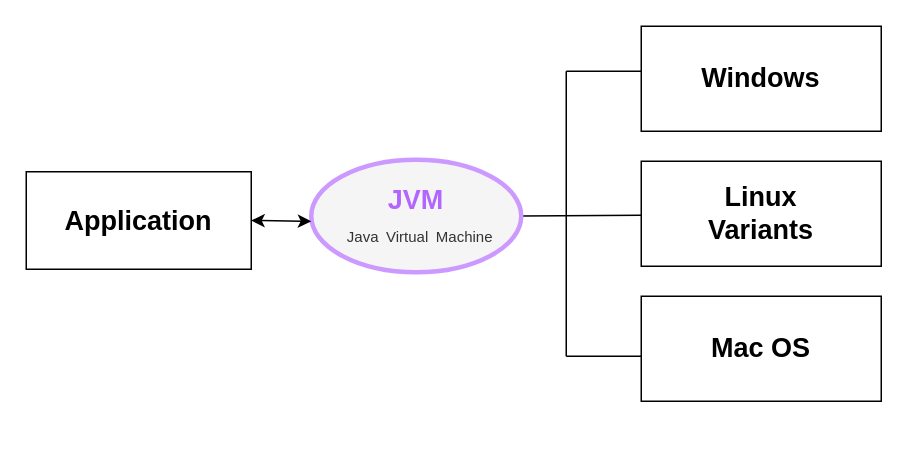
ryehwa/coding_image keeps this draw.io diagram as 제목 없는 다이어그램.drawio. Above is the earlier version. Source tidied: cells renumbered, new cells numbered last; positions are measured from the earlier drawing's top-left corner, leaving out a move shared by most shapes. Both pictures are drawn from the tidied source at 150%, with x=0, y=0 at pixel (26, 26).
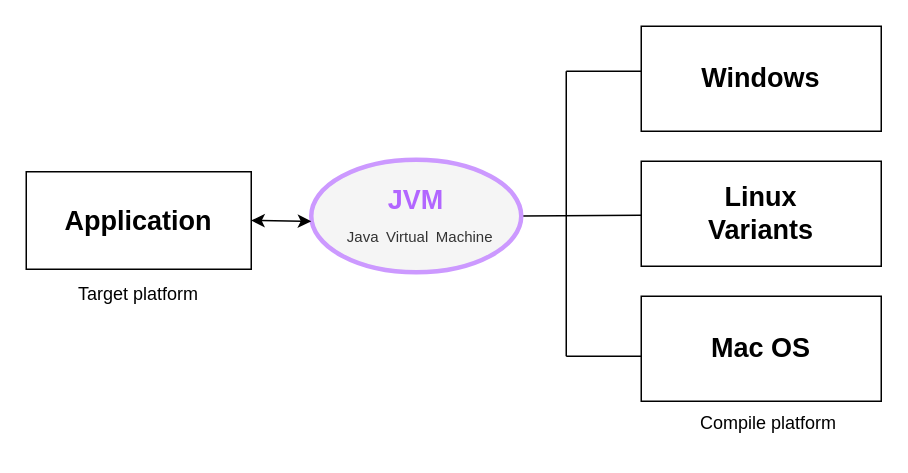
Above is the later version.

Change to the diagram source:
```diff
@@
 <mxGraphModel>
   <root>
     <mxCell id="0" />
     <mxCell id="1" parent="0" />
     <mxCell id="2" value="&lt;font style=&quot;font-size: 18px;&quot;&gt;&lt;b&gt;Windows&lt;/b&gt;&lt;/font&gt;" style="rounded=0;whiteSpace=wrap;html=1;" parent="1" vertex="1">
       <mxGeometry x="410" width="160" height="70" as="geometry" />
     </mxCell>
     <mxCell id="3" value="&lt;font style=&quot;font-size: 18px;&quot;&gt;&lt;b&gt;Linux&lt;br&gt;Variants&lt;/b&gt;&lt;/font&gt;" style="rounded=0;whiteSpace=wrap;html=1;" parent="1" vertex="1">
       <mxGeometry x="410" y="90" width="160" height="70" as="geometry" />
     </mxCell>
     <mxCell id="4" value="&lt;span style=&quot;font-size: 18px;&quot;&gt;&lt;b&gt;Mac OS&lt;/b&gt;&lt;/span&gt;" style="rounded=0;whiteSpace=wrap;html=1;" parent="1" vertex="1">
       <mxGeometry x="410" y="180" width="160" height="70" as="geometry" />
     </mxCell>
     <mxCell id="5" style="endArrow=none;html=1;rounded=0;fontSize=18;" parent="1" edge="1">
       <mxGeometry relative="1" as="geometry">
         <mxPoint x="360" y="220" as="sourcePoint" />
         <mxPoint x="360" y="30" as="targetPoint" />
       </mxGeometry>
     </mxCell>
     <mxCell id="6" style="endArrow=none;html=1;rounded=0;fontSize=18;" parent="1" edge="1">
       <mxGeometry relative="1" as="geometry">
         <mxPoint x="360" y="220" as="sourcePoint" />
         <mxPoint x="410" y="220" as="targetPoint" />
       </mxGeometry>
     </mxCell>
     <mxCell id="7" style="endArrow=none;html=1;rounded=0;fontSize=18;" parent="1" edge="1">
       <mxGeometry relative="1" as="geometry">
         <mxPoint x="360" y="30" as="sourcePoint" />
         <mxPoint x="410" y="30" as="targetPoint" />
       </mxGeometry>
     </mxCell>
     <mxCell id="8" style="endArrow=none;html=1;rounded=0;fontSize=18;exitX=1;exitY=0.5;exitDx=0;exitDy=0;" parent="1" edge="1" source="9">
       <mxGeometry relative="1" as="geometry">
         <mxPoint x="410" y="126" as="targetPoint" />
       </mxGeometry>
     </mxCell>
     <mxCell id="9" value="&lt;font color=&quot;#b266ff&quot;&gt;&lt;b&gt;JVM&lt;/b&gt;&lt;br&gt;&lt;/font&gt;&lt;font style=&quot;font-size: 10px;&quot;&gt;&amp;nbsp; Java&lt;/font&gt; &lt;font style=&quot;font-size: 10px;&quot;&gt;Virtual&lt;/font&gt; &lt;font style=&quot;font-size: 10px;&quot;&gt;Machine&lt;/font&gt;" style="ellipse;whiteSpace=wrap;html=1;fontSize=18;align=center;strokeWidth=3;fillColor=#f5f5f5;fontColor=#333333;strokeColor=#CC99FF;" parent="1" vertex="1">
       <mxGeometry x="190" y="89" width="140" height="75" as="geometry" />
     </mxCell>
     <mxCell id="10" value="&lt;font style=&quot;font-size: 18px;&quot;&gt;&lt;b&gt;Application&lt;/b&gt;&lt;/font&gt;" style="rounded=0;whiteSpace=wrap;html=1;fontSize=10;" parent="1" vertex="1">
       <mxGeometry y="97" width="150" height="65" as="geometry" />
     </mxCell>
     <mxCell id="11" style="endArrow=classic;startArrow=classic;html=1;rounded=0;fontSize=18;exitX=1;exitY=0.5;exitDx=0;exitDy=0;" parent="1" edge="1" source="10">
       <mxGeometry relative="1" as="geometry">
         <mxPoint x="190" y="130" as="targetPoint" />
       </mxGeometry>
     </mxCell>
+    <mxCell id="12" value="Compile platform" style="text;html=1;strokeColor=none;fillColor=none;align=center;verticalAlign=middle;whiteSpace=wrap;rounded=0;" parent="1" vertex="1">
+      <mxGeometry x="430" y="250" width="130" height="30" as="geometry" />
+    </mxCell>
+    <mxCell id="13" value="Target platform" style="text;html=1;strokeColor=none;fillColor=none;align=center;verticalAlign=middle;whiteSpace=wrap;rounded=0;" parent="1" vertex="1">
+      <mxGeometry x="10" y="164" width="130" height="30" as="geometry" />
+    </mxCell>
   </root>
 </mxGraphModel>
```
